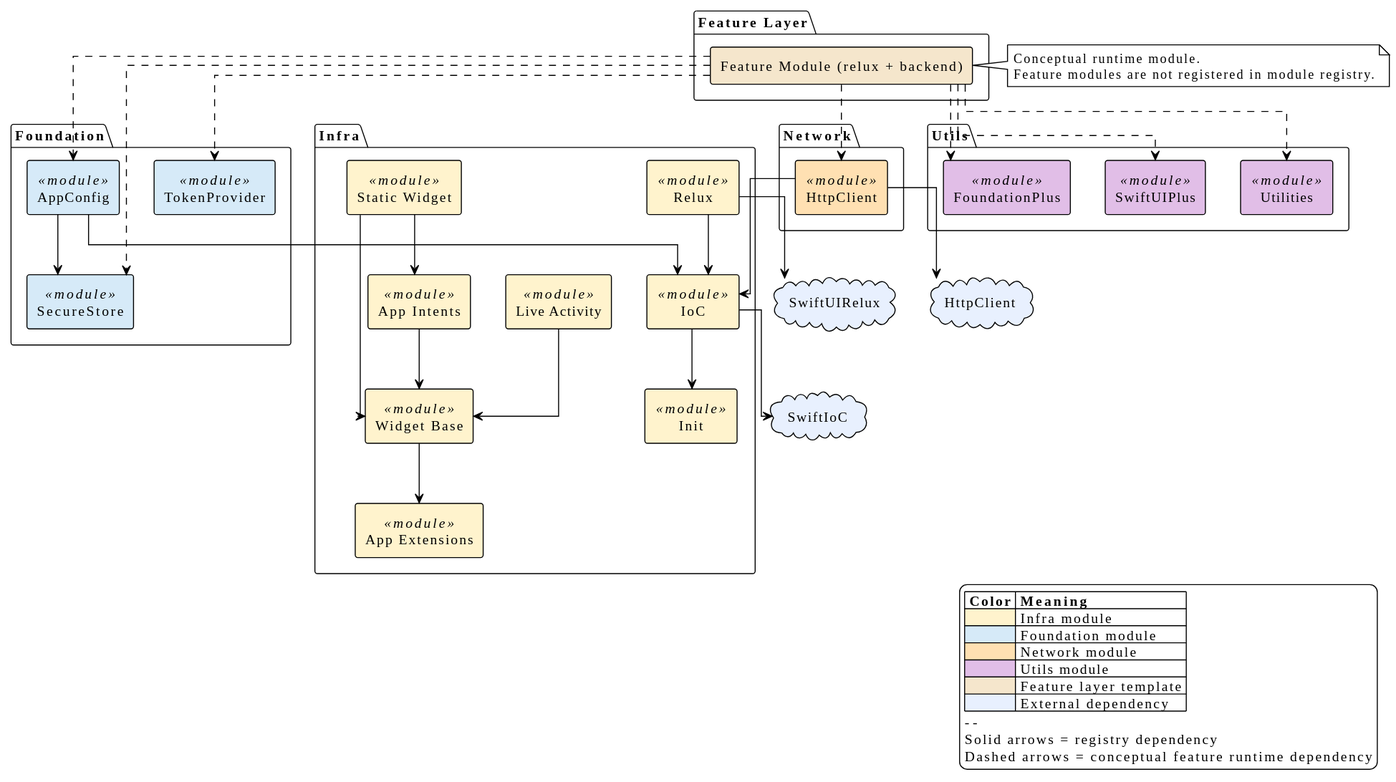
Earlier version of the PlantUML export diagrams/scaffolding-pipeline.svg (relux-works/skill-ios-app-manager).
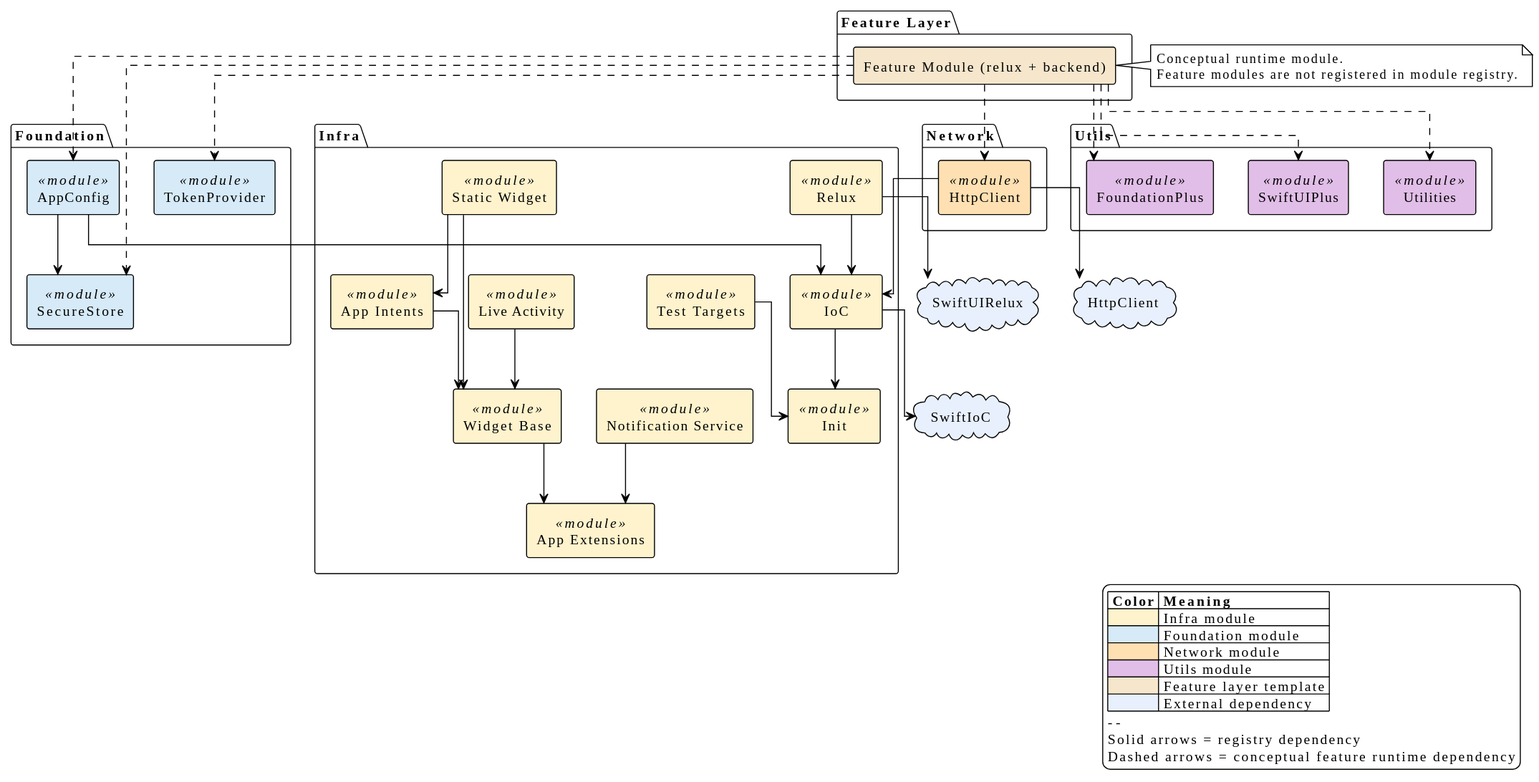
The same diagram one commit later.

The edit, as a diff of the source:
```diff
@@ -14,8 +14,10 @@
   component "Init" as mod_init <<module>> #FFF3CD
   component "IoC" as mod_ioc <<module>> #FFF3CD
   component "Live Activity" as mod_live_activity <<module>> #FFF3CD
+  component "Notification Service" as mod_notification_service <<module>> #FFF3CD
   component "Relux" as mod_relux <<module>> #FFF3CD
   component "Static Widget" as mod_static_widget <<module>> #FFF3CD
+  component "Test Targets" as mod_test_targets <<module>> #FFF3CD
   component "Widget Base" as mod_widget_base <<module>> #FFF3CD
 }
 
@@ -55,9 +57,11 @@
 mod_app_intents --> mod_widget_base
 mod_ioc --> mod_init
 mod_live_activity --> mod_widget_base
+mod_notification_service --> mod_app_extensions
 mod_relux --> mod_ioc
 mod_static_widget --> mod_app_intents
 mod_static_widget --> mod_widget_base
+mod_test_targets --> mod_init
 mod_widget_base --> mod_app_extensions
 mod_app_config --> mod_ioc
 mod_app_config --> mod_secure_store
```
